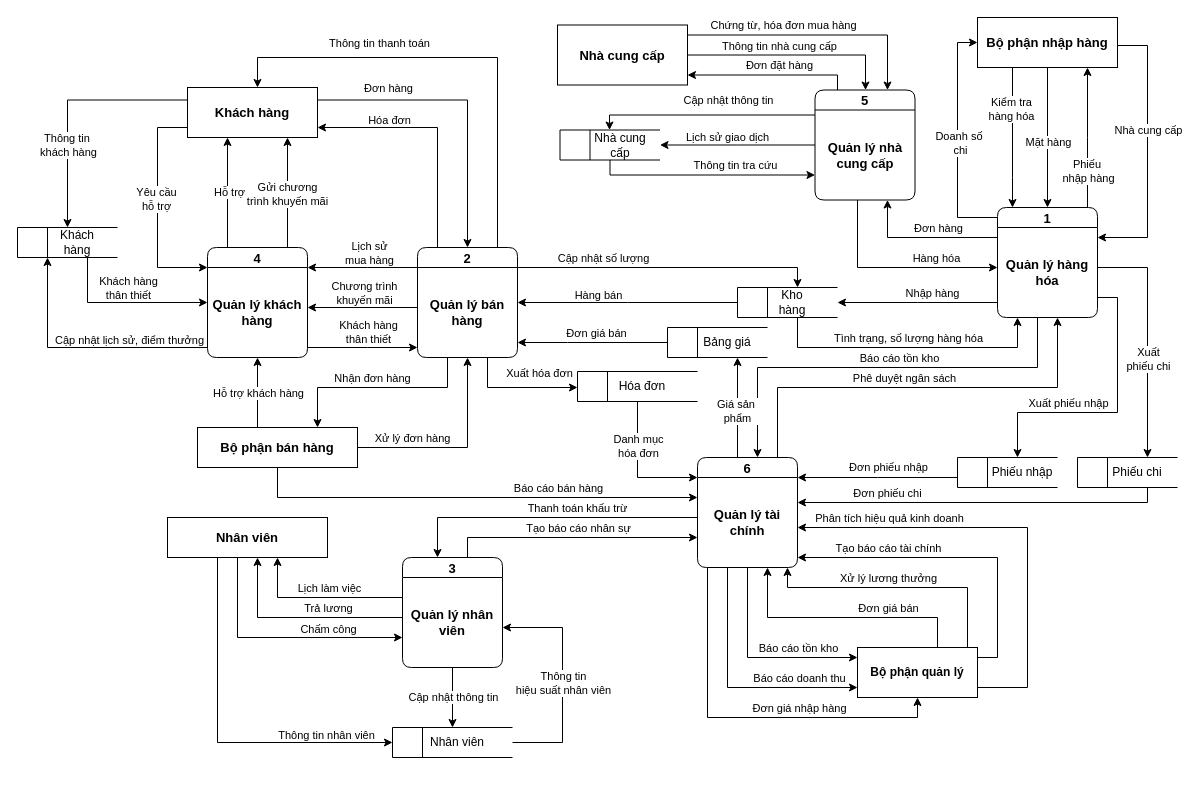
Earlier version of the draw.io diagram DFS dinh.drawio (DatLe328/Phan-tich-thiet-ke-he-thong). Source tidied: cells renumbered, new cells numbered last; positions are measured from the earlier drawing's top-left corner, leaving out a move shared by most shapes. Both pictures are drawn from the tidied source at 100%, with x=0, y=0 at pixel (17, 17).
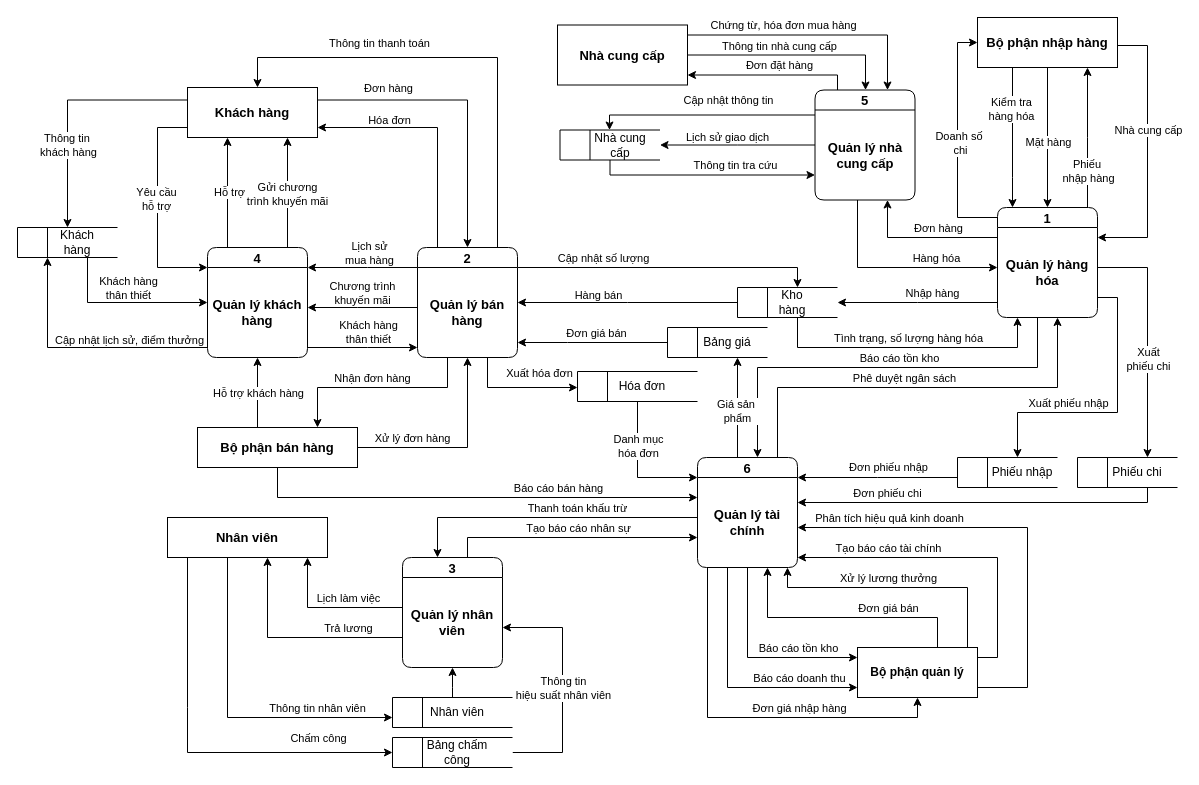
The same page after the edit.

Commit message:
Cập nhật DFS dinh.drawio

The change refers to these unchanged cells:
```xml
<mxCell id="10" value="2" style="swimlane;fontStyle=1;horizontal=1;startSize=20;fillColor=#ffffff;swimlaneFillColor=#ffffff;rounded=1;fontSize=13;" parent="1" vertex="1">
  <mxGeometry x="400" y="230" width="100" height="110" as="geometry" />
</mxCell>
<mxCell id="11" value="&lt;b&gt;&lt;font style=&quot;font-size: 13px;&quot;&gt;Quản lý bán hàng&lt;/font&gt;&lt;/b&gt;" style="text;html=1;align=center;verticalAlign=middle;whiteSpace=wrap;rounded=1;" parent="10" vertex="1">
  <mxGeometry y="20" width="100" height="90" as="geometry" />
</mxCell>
<mxCell id="24" value="4" style="swimlane;fontStyle=1;horizontal=1;startSize=20;fillColor=#ffffff;swimlaneFillColor=#ffffff;rounded=1;fontSize=13;" parent="1" vertex="1">
  <mxGeometry x="190" y="230" width="100" height="110" as="geometry" />
</mxCell>
<mxCell id="26" value="3" style="swimlane;fontStyle=1;horizontal=1;startSize=20;fillColor=#ffffff;swimlaneFillColor=#ffffff;rounded=1;fontSize=13;" parent="1" vertex="1">
  <mxGeometry x="385" y="540" width="100" height="110" as="geometry" />
</mxCell>
<mxCell id="89" value="&lt;font style=&quot;font-size: 13px;&quot;&gt;Nhân viên&lt;/font&gt;" style="html=1;dashed=0;whiteSpace=wrap;fontStyle=1;" parent="1" vertex="1">
  <mxGeometry x="150" y="500" width="160" height="40" as="geometry" />
</mxCell>
```

The edit, as a diff of the source:
```diff
@@
     <mxCell id="87" style="edgeStyle=orthogonalEdgeStyle;rounded=0;jettySize=auto;html=1;" parent="1" edge="1" target="127">
       <mxGeometry relative="1" as="geometry">
         <mxPoint x="200" y="540" as="sourcePoint" />
         <Array as="points">
-          <mxPoint x="200" y="725" />
+          <mxPoint x="210" y="540" />
+          <mxPoint x="210" y="700" />
         </Array>
       </mxGeometry>
     </mxCell>
     <mxCell id="88" value="Thông tin nhân viên" style="edgeLabel;html=1;align=center;verticalAlign=middle;" parent="87" vertex="1">
       <mxGeometry x="0.45" relative="1" as="geometry">
-        <mxPoint x="32" y="-8" as="offset" />
+        <mxPoint x="16" y="-10" as="offset" />
       </mxGeometry>
     </mxCell>
@@
-    <mxCell id="94" style="edgeStyle=orthogonalEdgeStyle;rounded=0;jettySize=auto;html=1;" parent="1" edge="1" target="26">
+    <mxCell id="94" style="edgeStyle=orthogonalEdgeStyle;rounded=0;jettySize=auto;html=1;" parent="1" edge="1" source="89" target="153">
       <mxGeometry relative="1" as="geometry">
-        <mxPoint x="220" y="540" as="sourcePoint" />
         <Array as="points">
-          <mxPoint x="220" y="620" />
+          <mxPoint x="170" y="690" />
+          <mxPoint x="170" y="690" />
         </Array>
       </mxGeometry>
     </mxCell>
     <mxCell id="95" value="Chấm công" style="edgeLabel;html=1;align=center;verticalAlign=middle;" parent="94" vertex="1">
       <mxGeometry x="-0.44" y="1" relative="1" as="geometry">
-        <mxPoint x="89" y="2" as="offset" />
+        <mxPoint x="129" y="68" as="offset" />
       </mxGeometry>
     </mxCell>
-    <mxCell id="96" style="edgeStyle=orthogonalEdgeStyle;rounded=0;jettySize=auto;html=1;" parent="1" edge="1" source="26">
+    <mxCell id="96" style="edgeStyle=orthogonalEdgeStyle;rounded=0;jettySize=auto;html=1;" parent="1" edge="1" source="26" target="89">
       <mxGeometry relative="1" as="geometry">
-        <mxPoint x="260" y="540" as="targetPoint" />
         <Array as="points">
-          <mxPoint x="260" y="580" />
+          <mxPoint x="290" y="590" />
         </Array>
       </mxGeometry>
     </mxCell>
     <mxCell id="97" value="Lịch làm việc" style="edgeLabel;html=1;align=center;verticalAlign=middle;" parent="96" vertex="1">
       <mxGeometry x="-0.38" y="-1" relative="1" as="geometry">
-        <mxPoint x="-23" y="-9" as="offset" />
+        <mxPoint x="-10" y="-9" as="offset" />
       </mxGeometry>
     </mxCell>
-    <mxCell id="98" style="edgeStyle=orthogonalEdgeStyle;rounded=0;jettySize=auto;html=1;" parent="1" edge="1" source="26">
+    <mxCell id="98" style="edgeStyle=orthogonalEdgeStyle;rounded=0;jettySize=auto;html=1;" parent="1" edge="1" source="26" target="89">
       <mxGeometry relative="1" as="geometry">
-        <mxPoint x="240" y="540" as="targetPoint" />
         <Array as="points">
-          <mxPoint x="240" y="600" />
+          <mxPoint x="250" y="620" />
         </Array>
       </mxGeometry>
     </mxCell>
     <mxCell id="99" value="Trả lương" style="edgeLabel;html=1;align=center;verticalAlign=middle;" parent="98" vertex="1">
       <mxGeometry x="-0.43" y="-1" relative="1" as="geometry">
-        <mxPoint x="-17" y="-9" as="offset" />
+        <mxPoint x="6" y="-9" as="offset" />
       </mxGeometry>
     </mxCell>
@@
+    <mxCell id="152" style="edgeStyle=orthogonalEdgeStyle;rounded=0;jettySize=auto;html=1;" parent="1" edge="1" source="127" target="26">
+      <mxGeometry relative="1" as="geometry">
+        <Array as="points">
+          <mxPoint x="435" y="670" />
+          <mxPoint x="435" y="670" />
+        </Array>
+      </mxGeometry>
+    </mxCell>
     <mxCell id="127" style="html=1;dashed=0;whiteSpace=wrap;shape=mxgraph.dfd.dataStoreID;align=left;spacingLeft=3;points=[[0,0],[0.5,0],[1,0],[0,0.5],[1,0.5],[0,1],[0.5,1],[1,1]];" parent="1" vertex="1">
-      <mxGeometry x="375" y="710" width="120" height="30" as="geometry" />
+      <mxGeometry x="375" y="680" width="120" height="30" as="geometry" />
     </mxCell>
-    <mxCell id="128" style="edgeStyle=orthogonalEdgeStyle;rounded=0;jettySize=auto;html=1;" parent="1" edge="1" source="127" target="26">
+    <mxCell id="128" style="edgeStyle=orthogonalEdgeStyle;rounded=0;jettySize=auto;html=1;" parent="1" edge="1" source="153" target="26">
       <mxGeometry relative="1" as="geometry">
         <Array as="points">
-          <mxPoint x="545" y="725" />
+          <mxPoint x="545" y="735" />
           <mxPoint x="545" y="610" />
         </Array>
       </mxGeometry>
     </mxCell>
@@
     <mxCell id="130" value="Nhân viên" style="text;html=1;align=center;verticalAlign=middle;whiteSpace=wrap;rounded=0;" parent="1" vertex="1">
-      <mxGeometry x="405" y="710" width="70" height="30" as="geometry" />
+      <mxGeometry x="405" y="680" width="70" height="30" as="geometry" />
     </mxCell>
-    <mxCell id="131" style="edgeStyle=orthogonalEdgeStyle;rounded=0;jettySize=auto;html=1;" parent="1" edge="1" source="26" target="127">
-      <mxGeometry relative="1" as="geometry" />
-    </mxCell>
-    <mxCell id="132" value="Cập nhật thông tin" style="edgeLabel;html=1;align=center;verticalAlign=middle;" parent="131" vertex="1">
-      <mxGeometry x="-0.09" relative="1" as="geometry">
-        <mxPoint y="2" as="offset" />
-      </mxGeometry>
-    </mxCell>
@@
-    <mxCell id="135" style="edgeStyle=orthogonalEdgeStyle;rounded=0;jettySize=auto;html=1;exitX=0;exitY=0.5;exitDx=0;exitDy=0;" parent="1" edge="1" source="11" target="24">
+    <mxCell id="135" style="edgeStyle=orthogonalEdgeStyle;rounded=0;jettySize=auto;html=1;" parent="1" edge="1" source="10" target="24">
       <mxGeometry relative="1" as="geometry">
         <Array as="points">
-          <mxPoint x="400" y="290" />
+          <mxPoint x="340" y="290" />
+          <mxPoint x="340" y="290" />
         </Array>
       </mxGeometry>
     </mxCell>
@@
+    <mxCell id="153" style="html=1;dashed=0;whiteSpace=wrap;shape=mxgraph.dfd.dataStoreID;align=left;spacingLeft=3;points=[[0,0],[0.5,0],[1,0],[0,0.5],[1,0.5],[0,1],[0.5,1],[1,1]];" parent="1" vertex="1">
+      <mxGeometry x="375" y="720" width="120" height="30" as="geometry" />
+    </mxCell>
+    <mxCell id="154" value="Bảng chấm công" style="text;html=1;align=center;verticalAlign=middle;whiteSpace=wrap;rounded=0;" parent="1" vertex="1">
+      <mxGeometry x="405" y="720" width="70" height="30" as="geometry" />
+    </mxCell>
```
